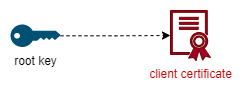
The draw.io diagram readme-images/Storage client certificate.drawio.png in damienmaier/encrypted-vault, before a commit. Source tidied: cells renumbered, new cells last; positions are measured from the earlier drawing's top-left corner, leaving out a move shared by most shapes.
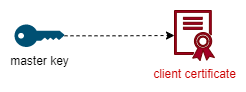
The same file after the commit.

What changed in the source:
```diff
@@ -5,7 +5,7 @@
     <mxCell id="2" style="edgeStyle=orthogonalEdgeStyle;rounded=0;jettySize=auto;html=1;entryX=0;entryY=0.5;entryDx=0;entryDy=0;entryPerimeter=0;dashed=1;" parent="1" edge="1" source="3" target="4">
       <mxGeometry relative="1" as="geometry" />
     </mxCell>
-    <mxCell id="3" value="root key" style="points=[[0,0.5,0],[0.24,0,0],[0.5,0.28,0],[0.995,0.475,0],[0.5,0.72,0],[0.24,1,0]];verticalLabelPosition=bottom;sketch=0;html=1;verticalAlign=top;align=center;shape=mxgraph.cisco19.key;fillColor=#005073;strokeColor=none;" parent="1" vertex="1">
+    <mxCell id="3" value="master key" style="points=[[0,0.5,0],[0.24,0,0],[0.5,0.28,0],[0.995,0.475,0],[0.5,0.72,0],[0.24,1,0]];verticalLabelPosition=bottom;sketch=0;html=1;verticalAlign=top;align=center;shape=mxgraph.cisco19.key;fillColor=#005073;strokeColor=none;" parent="1" vertex="1">
       <mxGeometry y="14" width="50" height="22.5" as="geometry" />
     </mxCell>
     <mxCell id="4" value="&lt;font color=&quot;#cc0000&quot;&gt;client certificate&lt;/font&gt;" style="sketch=0;shadow=0;dashed=0;html=1;strokeColor=#6F0000;labelPosition=center;verticalLabelPosition=bottom;verticalAlign=top;align=center;fillColor=#a20025;shape=mxgraph.mscae.intune.intune_certificate_profiles;fontColor=#ffffff;" parent="1" vertex="1">
```
